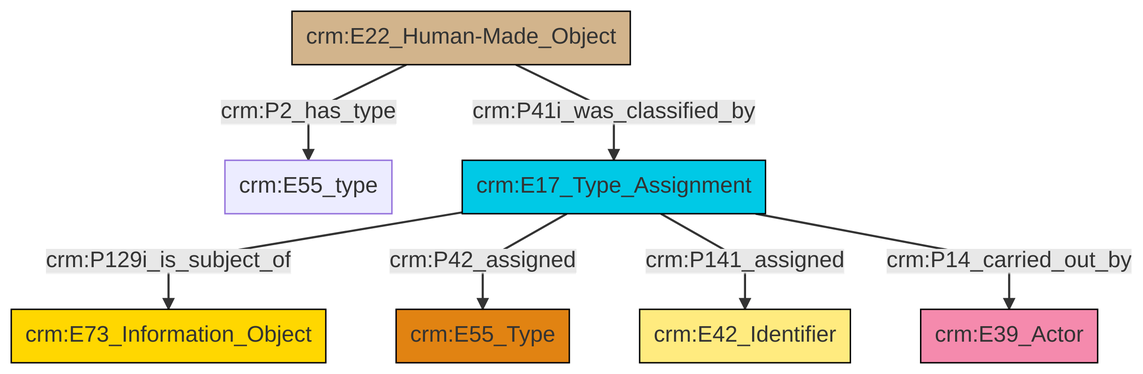
Earlier version of the Mermaid export et/builtWorkCSV/ttl/mmd/png/Built_Work_designation_status.png (swiss-art-research-net/reference-data-models). Its source is kept beside it as et/builtWorkCSV/ttl/mmd/Built_Work_designation_status.ttl.mmd.
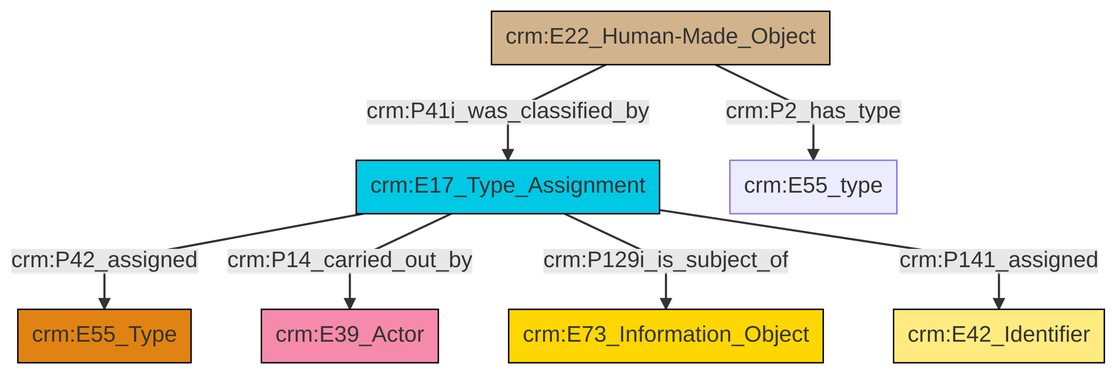
After the change.

Diff of the diagram source:
```diff
@@ -13,9 +13,9 @@
 classDef PC_Classes fill:#4ce600, stroke:#000000;
 classDef Multi fill:#cccccc,stroke:#000000;
 
-2["crm:E22_Human-Made_Object"]:::Physical_Thing -->|crm:P2_has_type| 3["crm:E55_type"]:::Default
-4["crm:E17_Type_Assignment"]:::Temporal_Entity -->|crm:P129i_is_subject_of| 0["crm:E73_Information_Object"]:::Conceptual_Object
-4["crm:E17_Type_Assignment"]:::Temporal_Entity -->|crm:P42_assigned| 5["crm:E55_Type"]:::Type
-2["crm:E22_Human-Made_Object"]:::Physical_Thing -->|crm:P41i_was_classified_by| 4["crm:E17_Type_Assignment"]:::Temporal_Entity
-4["crm:E17_Type_Assignment"]:::Temporal_Entity -->|crm:P141_assigned| 9["crm:E42_Identifier"]:::Appellation
-4["crm:E17_Type_Assignment"]:::Temporal_Entity -->|crm:P14_carried_out_by| 10["crm:E39_Actor"]:::Actor
+0["crm:E17_Type_Assignment"]:::Temporal_Entity -->|crm:P42_assigned| 1["crm:E55_Type"]:::Type
+0["crm:E17_Type_Assignment"]:::Temporal_Entity -->|crm:P14_carried_out_by| 2["crm:E39_Actor"]:::Actor
+3["crm:E22_Human-Made_Object"]:::Physical_Thing -->|crm:P41i_was_classified_by| 0["crm:E17_Type_Assignment"]:::Temporal_Entity
+3["crm:E22_Human-Made_Object"]:::Physical_Thing -->|crm:P2_has_type| 4["crm:E55_type"]:::Default
+0["crm:E17_Type_Assignment"]:::Temporal_Entity -->|crm:P129i_is_subject_of| 7["crm:E73_Information_Object"]:::Conceptual_Object
+0["crm:E17_Type_Assignment"]:::Temporal_Entity -->|crm:P141_assigned| 8["crm:E42_Identifier"]:::Appellation
```
